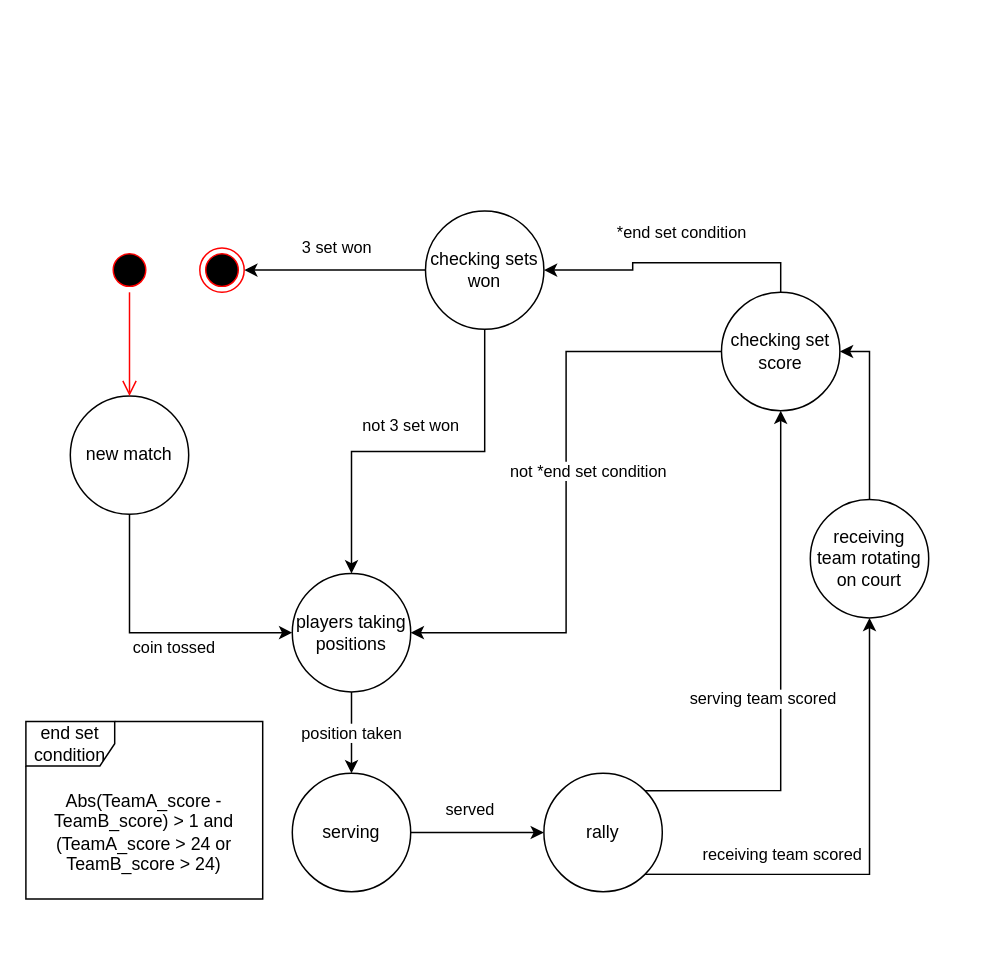
Above: Project/Documentation/Diagrams/game.drawio in mikymaione/Folie (draw.io), before the change. Source tidied: cells renumbered, new cells numbered last; positions are measured from the earlier drawing's top-left corner, leaving out a move shared by most shapes. Both pictures are drawn from the tidied source at 148%, with x=0, y=0 at pixel (25, 210).
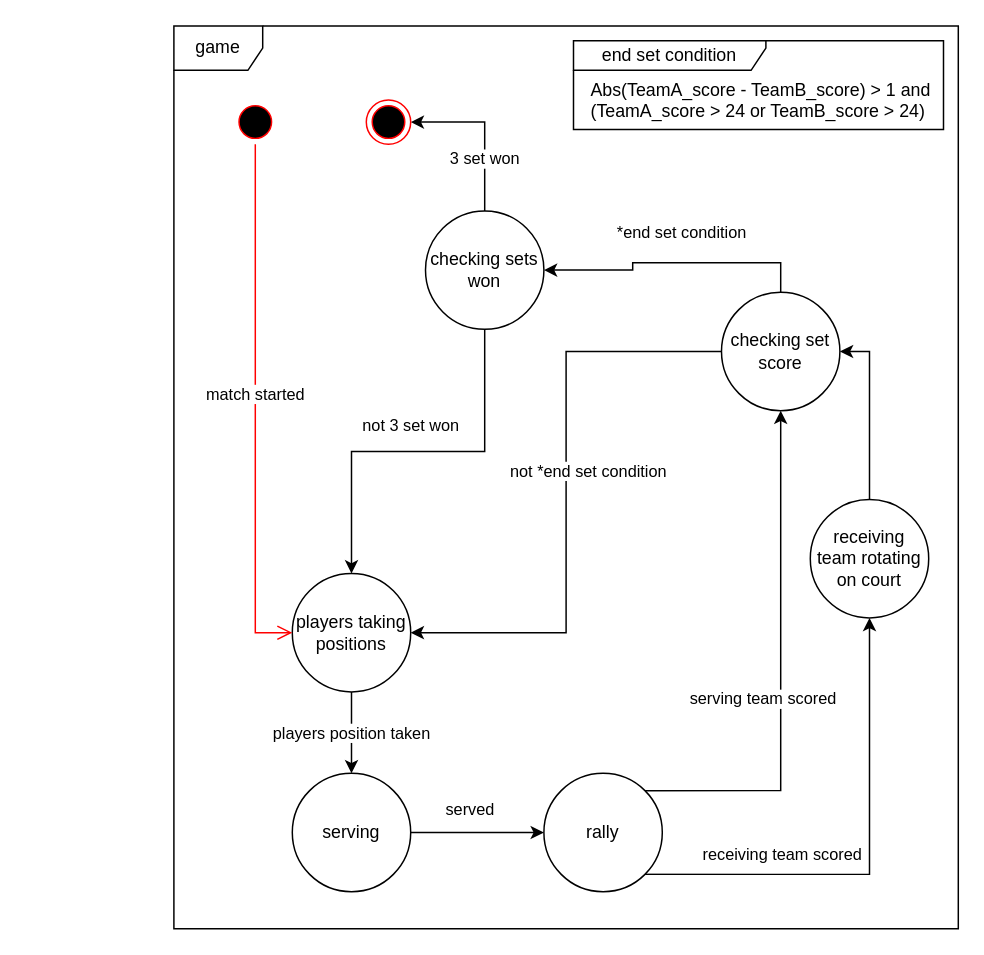
The same diagram, later.

Unchanged cells that the change refers to:
```xml
<mxCell id="4" value="players taking positions" style="ellipse;whiteSpace=wrap;html=1;" parent="1" vertex="1">
  <mxGeometry x="180" y="245" width="80" height="80" as="geometry" />
</mxCell>
<mxCell id="12" value="checking sets won" style="ellipse;whiteSpace=wrap;html=1;" parent="1" vertex="1">
  <mxGeometry x="270" width="80" height="80" as="geometry" />
</mxCell>
<mxCell id="23" value="serving" style="ellipse;whiteSpace=wrap;html=1;" parent="1" vertex="1">
  <mxGeometry x="180" y="380" width="80" height="80" as="geometry" />
</mxCell>
```

Diff of the diagram source:
```diff
@@
+    <mxCell id="24" value="game" style="shape=umlFrame;whiteSpace=wrap;html=1;" parent="1" vertex="1">
+      <mxGeometry x="100" y="-125" width="530" height="610" as="geometry" />
+    </mxCell>
@@
-    <mxCell id="3" value="position taken" style="edgeStyle=orthogonalEdgeStyle;rounded=0;jettySize=auto;html=1;exitX=0.5;exitY=1;exitDx=0;exitDy=0;entryX=0.5;entryY=0;entryDx=0;entryDy=0;strokeColor=#000000;" parent="1" edge="1" source="4" target="23">
+    <mxCell id="3" value="players position taken" style="edgeStyle=orthogonalEdgeStyle;rounded=0;jettySize=auto;html=1;exitX=0.5;exitY=1;exitDx=0;exitDy=0;entryX=0.5;entryY=0;entryDx=0;entryDy=0;strokeColor=#000000;" parent="1" edge="1" source="4" target="23">
       <mxGeometry relative="1" as="geometry" />
     </mxCell>
@@
-    <mxCell id="10" value="3 set won" style="edgeStyle=orthogonalEdgeStyle;rounded=0;jettySize=auto;html=1;exitX=0;exitY=0.5;exitDx=0;exitDy=0;strokeColor=#000000;" parent="1" edge="1" source="12" target="18">
-      <mxGeometry x="-0.02" y="-15" relative="1" as="geometry" />
+    <mxCell id="10" value="3 set won" style="edgeStyle=orthogonalEdgeStyle;rounded=0;jettySize=auto;html=1;exitX=0.5;exitY=0;exitDx=0;exitDy=0;strokeColor=#000000;entryX=1;entryY=0.5;entryDx=0;entryDy=0;" parent="1" edge="1" source="12" target="18">
+      <mxGeometry x="-0.36" relative="1" as="geometry" />
     </mxCell>
@@
-    <mxCell id="13" value="coin tossed" style="edgeStyle=orthogonalEdgeStyle;rounded=0;jettySize=auto;html=1;exitX=0.5;exitY=1;exitDx=0;exitDy=0;entryX=0;entryY=0.5;entryDx=0;entryDy=0;strokeColor=#000000;" parent="1" edge="1" source="14" target="4">
-      <mxGeometry x="-0.16" y="32" relative="1" as="geometry">
-        <mxPoint x="30" y="42" as="offset" />
-      </mxGeometry>
-    </mxCell>
-    <mxCell id="14" value="new match" style="ellipse;whiteSpace=wrap;html=1;" parent="1" vertex="1">
-      <mxGeometry x="30" y="125" width="80" height="80" as="geometry" />
-    </mxCell>
@@
     <mxCell id="18" style="ellipse;html=1;shape=endState;fillColor=#000000;strokeColor=#ff0000;" parent="1" vertex="1">
-      <mxGeometry x="117.5" y="25" width="30" height="30" as="geometry" />
+      <mxGeometry x="230" y="-75" width="30" height="30" as="geometry" />
     </mxCell>
     <mxCell id="19" style="ellipse;html=1;shape=startState;fillColor=#000000;strokeColor=#ff0000;" parent="1" vertex="1">
-      <mxGeometry x="55" y="25" width="30" height="30" as="geometry" />
+      <mxGeometry x="140" y="-75" width="30" height="30" as="geometry" />
     </mxCell>
-    <mxCell id="20" style="edgeStyle=orthogonalEdgeStyle;html=1;verticalAlign=bottom;endArrow=open;endSize=8;strokeColor=#ff0000;" parent="1" edge="1" source="19" target="14">
-      <mxGeometry relative="1" as="geometry" />
+    <mxCell id="20" value="match started" style="edgeStyle=orthogonalEdgeStyle;html=1;verticalAlign=bottom;endArrow=open;endSize=8;strokeColor=#ff0000;rounded=0;" parent="1" edge="1" source="19" target="4">
+      <mxGeometry relative="1" as="geometry">
+        <Array as="points">
+          <mxPoint x="155" y="285" />
+        </Array>
+      </mxGeometry>
     </mxCell>
-    <mxCell id="21" value="end set condition" style="shape=umlFrame;whiteSpace=wrap;html=1;" parent="1" vertex="1">
-      <mxGeometry y="345" width="160" height="120" as="geometry" />
+    <mxCell id="21" value="end set condition" style="shape=umlFrame;whiteSpace=wrap;html=1;width=130;height=20;" parent="1" vertex="1">
+      <mxGeometry x="370" y="-115" width="250" height="60" as="geometry" />
     </mxCell>
-    <mxCell id="22" value="Abs(TeamA_score - TeamB_score) &amp;gt; 1 and (TeamA_score &amp;gt; 24 or TeamB_score &amp;gt; 24)" style="text;html=1;strokeColor=none;fillColor=none;align=center;verticalAlign=middle;whiteSpace=wrap;rounded=0;" parent="1" vertex="1">
-      <mxGeometry y="375" width="160" height="90" as="geometry" />
+    <mxCell id="22" value="Abs(TeamA_score - TeamB_score) &amp;gt; 1 and&lt;br&gt;(TeamA_score &amp;gt; 24 or TeamB_score &amp;gt; 24)" style="text;html=1;strokeColor=none;fillColor=none;align=left;verticalAlign=top;whiteSpace=wrap;rounded=0;" parent="1" vertex="1">
+      <mxGeometry x="380" y="-95" width="240" height="40" as="geometry" />
     </mxCell>
```
